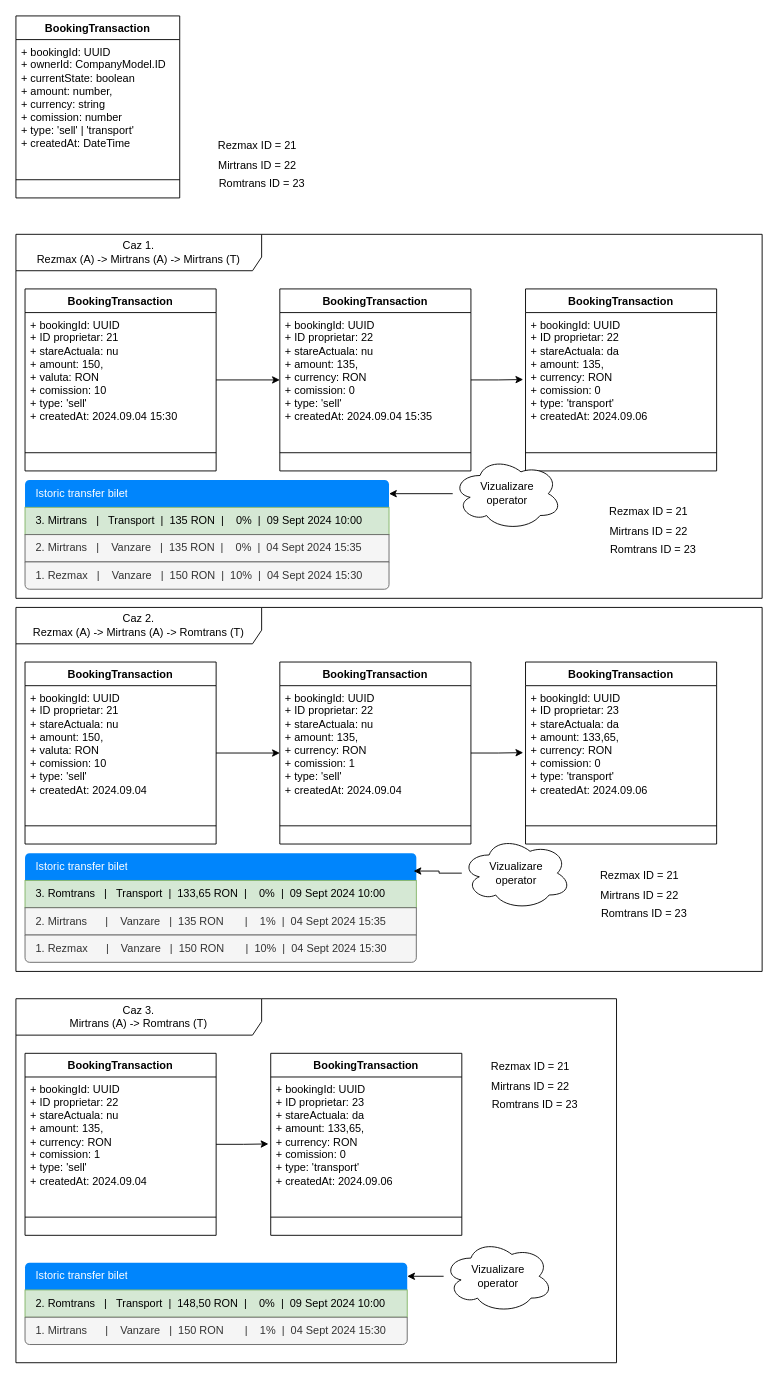
Above: page "Booking flow" (3 of 3) of GBS/GBS_Booking_flow.drawio in maxCheptea/Diagrams (draw.io), before the change. Source tidied: cells renumbered, new cells numbered last; positions are measured from the earlier drawing's top-left corner, leaving out a move shared by most shapes. Both pictures are drawn from the tidied source at 91%, with x=0, y=0 at pixel (15, 15).
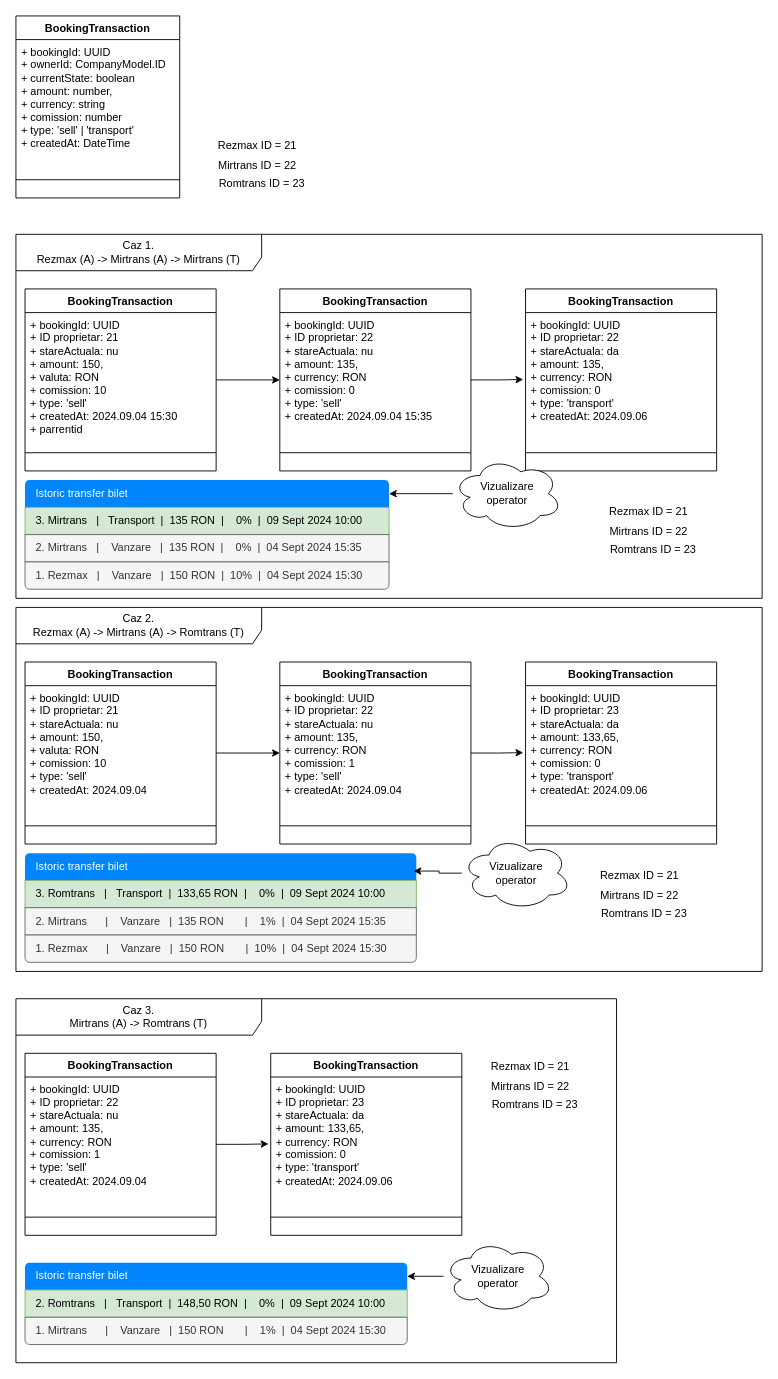
The same page after the edit.

The change refers to these unchanged cells:
```xml
<mxCell id="10" value="BookingTransaction&lt;div&gt;&lt;br&gt;&lt;/div&gt;" style="swimlane;fontStyle=1;align=center;verticalAlign=top;horizontal=1;startSize=26;whiteSpace=wrap;html=1;" parent="8" vertex="1">
  <mxGeometry x="10" y="60" width="210" height="200" as="geometry" />
</mxCell>
```

What changed in the source:
```diff
@@
-    <mxCell id="11" value="+ bookingId: UUID&lt;div&gt;+ ID proprietar: 21&lt;/div&gt;&lt;div&gt;+ stareActuala: nu&lt;/div&gt;&lt;div&gt;+ amount: 150,&lt;/div&gt;&lt;div&gt;+ valuta: RON&lt;/div&gt;&lt;div&gt;+ comission: 10&lt;/div&gt;&lt;div&gt;+ type: 'sell'&lt;br&gt;&lt;div&gt;+ createdAt: 2024.09.04 15:30&lt;/div&gt;&lt;div&gt;&lt;br&gt;&lt;/div&gt;&lt;/div&gt;" style="text;strokeColor=none;fillColor=none;align=left;verticalAlign=top;spacingLeft=4;spacingRight=4;overflow=hidden;whiteSpace=wrap;html=1;" parent="10" vertex="1">
+    <mxCell id="11" value="+ bookingId: UUID&lt;div&gt;+ ID proprietar: 21&lt;/div&gt;&lt;div&gt;+ stareActuala: nu&lt;/div&gt;&lt;div&gt;+ amount: 150,&lt;/div&gt;&lt;div&gt;+ valuta: RON&lt;/div&gt;&lt;div&gt;+ comission: 10&lt;/div&gt;&lt;div&gt;+ type: 'sell'&lt;br&gt;&lt;div&gt;+ createdAt: 2024.09.04 15:30&lt;/div&gt;&lt;div&gt;+ parrentid&lt;/div&gt;&lt;/div&gt;" style="text;strokeColor=none;fillColor=none;align=left;verticalAlign=top;spacingLeft=4;spacingRight=4;overflow=hidden;whiteSpace=wrap;html=1;" parent="10" vertex="1">
       <mxGeometry y="26" width="210" height="134" as="geometry" />
     </mxCell>
```
